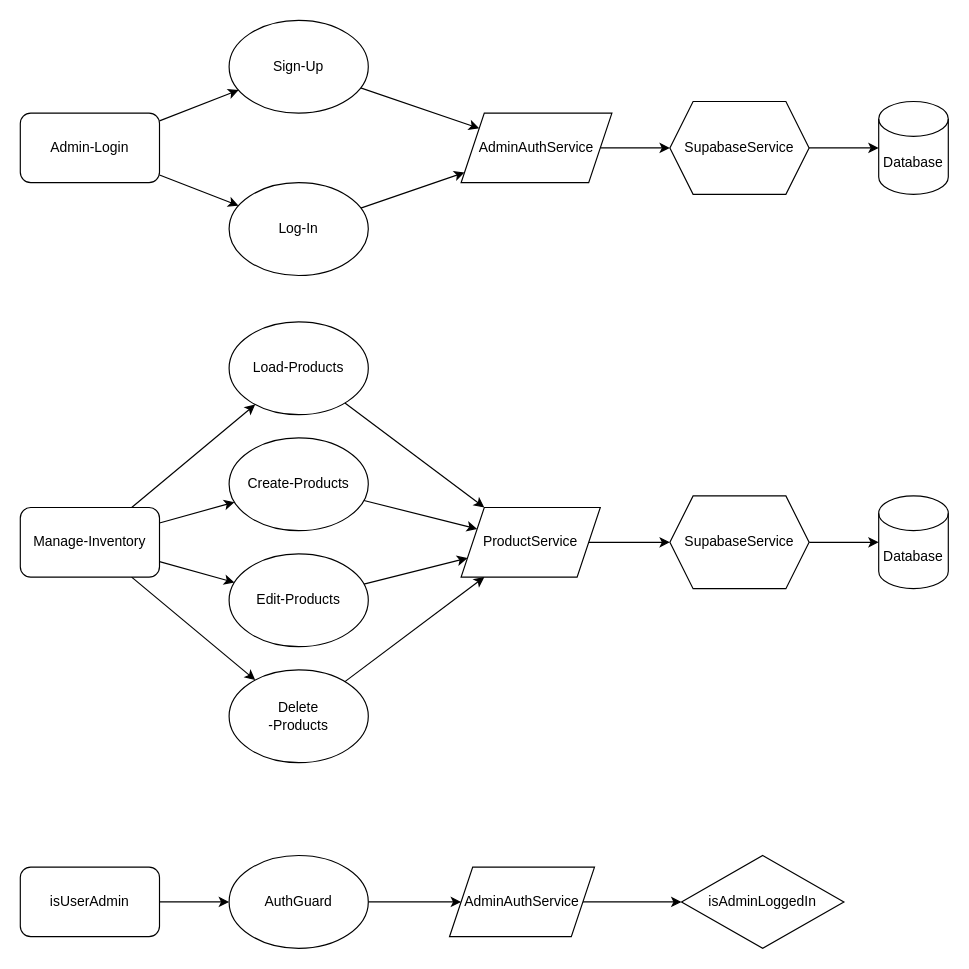
The draw.io diagram DavendWebApp/src/assets/ProjectArchitecture/architecture-1stSprint.dio in sainiaka/DavendWebApp, before the edit. Source tidied: cells renumbered, new cells numbered last; positions are measured from the earlier drawing's top-left corner, leaving out a move shared by most shapes. Both pictures are drawn from the tidied source at 116%, with x=0, y=0 at pixel (20, 20).
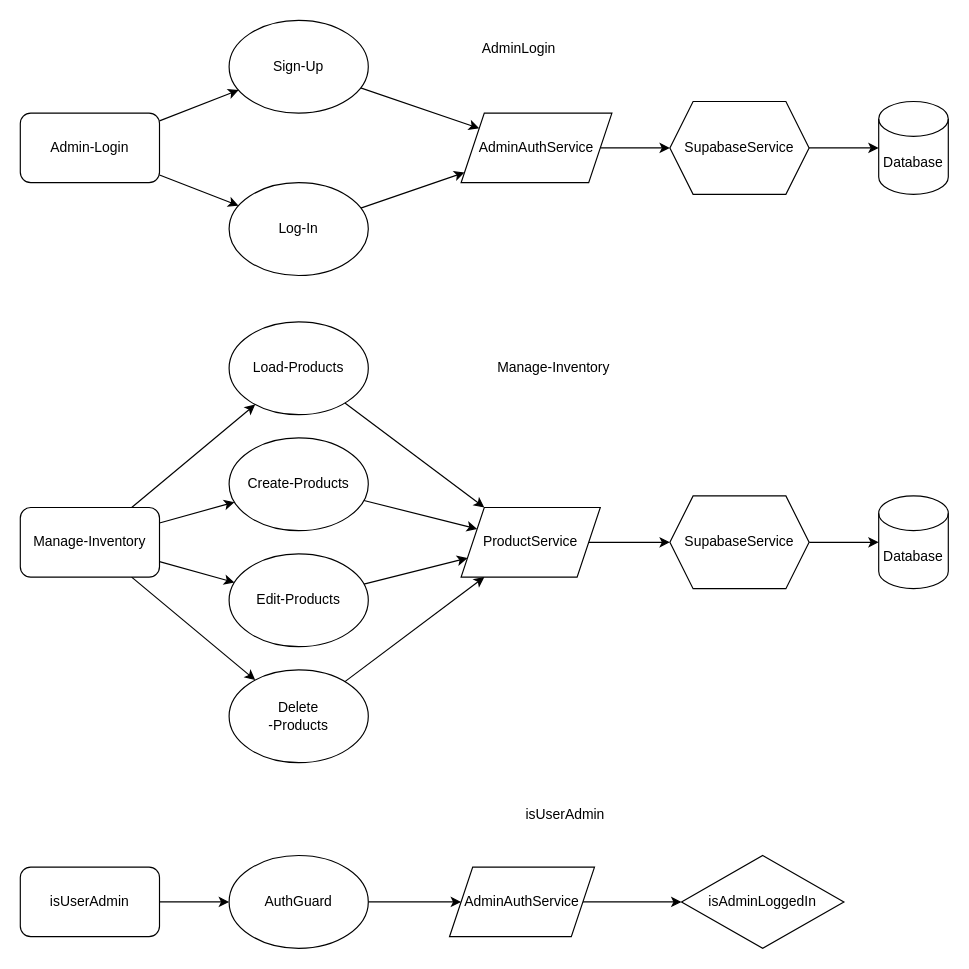
Above is the later version.

What changed in the source:
```diff
@@
+    <mxCell id="39" value="AdminLogin" style="text;html=1;align=center;verticalAlign=middle;whiteSpace=wrap;rounded=0;" parent="1" vertex="1">
+      <mxGeometry x="400" y="10" width="60" height="30" as="geometry" />
+    </mxCell>
+    <mxCell id="40" value="Manage-Inventory" style="text;html=1;align=center;verticalAlign=middle;whiteSpace=wrap;rounded=0;" parent="1" vertex="1">
+      <mxGeometry x="400" y="285" width="120" height="30" as="geometry" />
+    </mxCell>
+    <mxCell id="41" value="isUserAdmin" style="text;html=1;align=center;verticalAlign=middle;whiteSpace=wrap;rounded=0;" parent="1" vertex="1">
+      <mxGeometry x="420" y="670" width="100" height="30" as="geometry" />
+    </mxCell>
```
